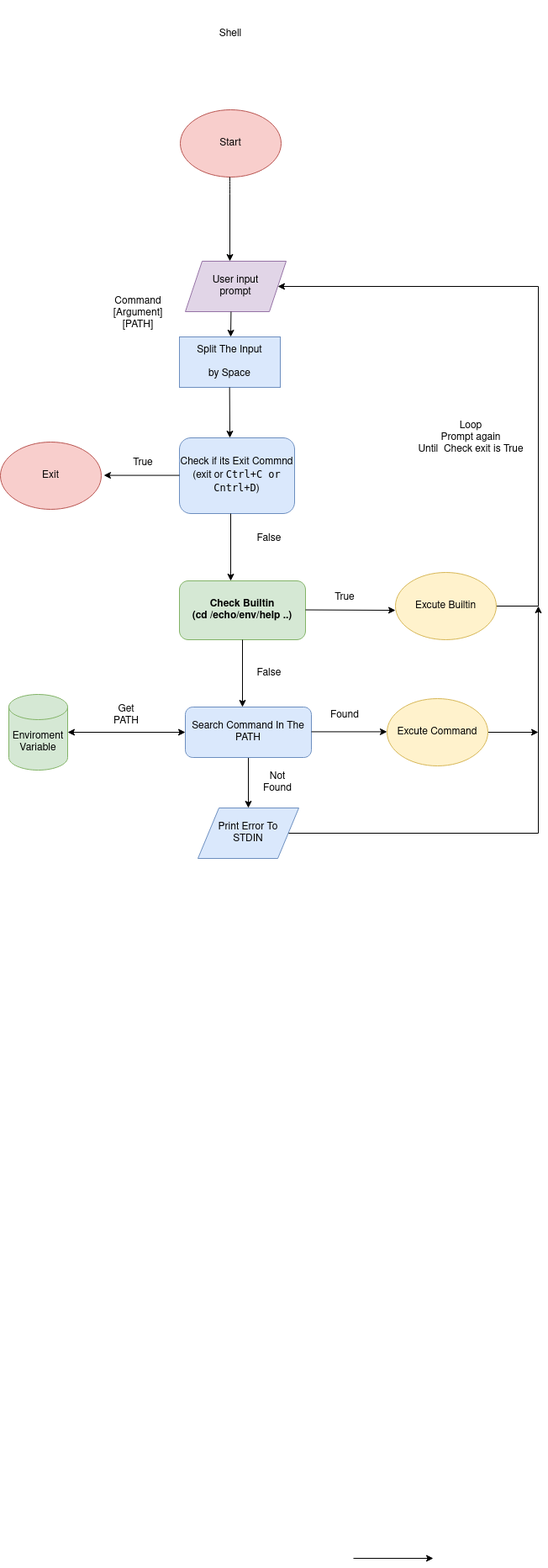
This is shell.png from Theemiss/simple_shell, a draw.io export, as it was before one commit. Source tidied: cells renumbered, new cells last; positions are measured from the earlier drawing's top-left corner, leaving out a move shared by most shapes.
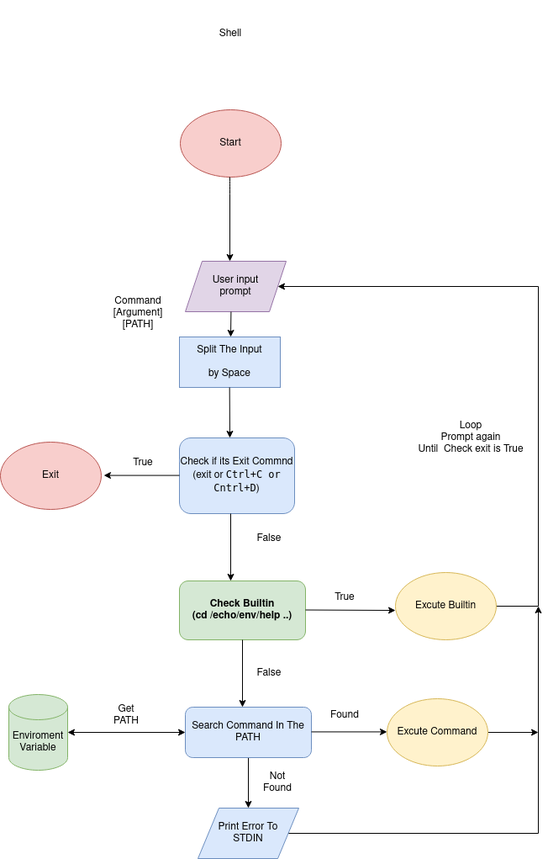
The same diagram one commit later.

Diff of the diagram source:
```diff
@@ -113,12 +113,6 @@
     <mxCell id="28" value="Enviroment Variable" style="shape=cylinder3;whiteSpace=wrap;html=1;boundedLbl=1;backgroundOutline=1;size=15;fillColor=#d5e8d4;strokeColor=#82b366;" parent="1" vertex="1">
       <mxGeometry x="10" y="825" width="70" height="90" as="geometry" />
     </mxCell>
-    <mxCell id="29" style="endArrow=classic;html=1;" parent="1" edge="1">
-      <mxGeometry relative="1" as="geometry">
-        <mxPoint x="420" y="1852" as="sourcePoint" />
-        <mxPoint x="515" y="1852" as="targetPoint" />
-      </mxGeometry>
-    </mxCell>
     <mxCell id="30" style="endArrow=classic;html=1;" parent="1" edge="1">
       <mxGeometry relative="1" as="geometry">
         <mxPoint x="370" y="869.4" as="sourcePoint" />
```
